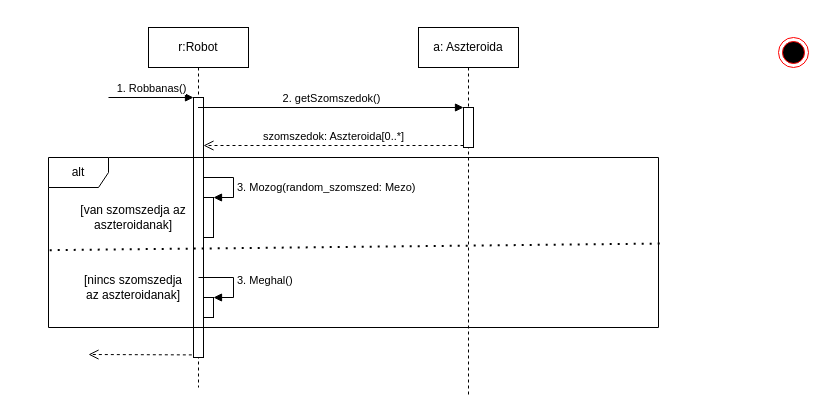
This is doc/uml/robot felrobban.drawio from torpeBoiGo/aszteroidabanyaszat, a draw.io file, before an edit. Source tidied: cells renumbered, new cells numbered last; positions are measured from the earlier drawing's top-left corner, leaving out a move shared by most shapes. Both pictures are drawn from the tidied source at 100%, with x=0, y=0 at pixel (48, 27).
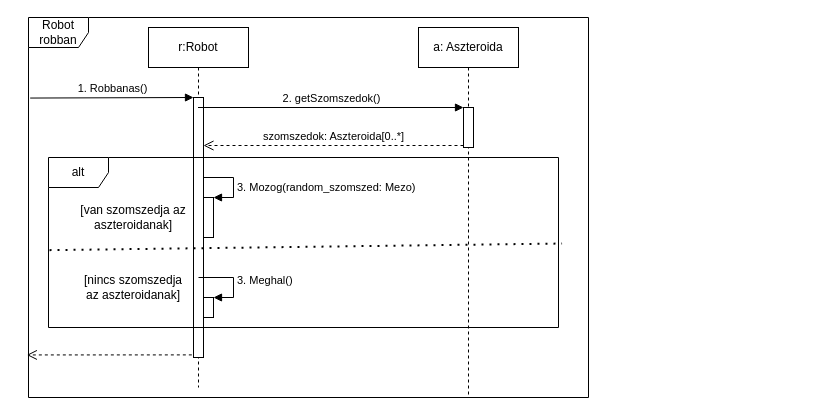
After the change.

Unchanged cells that the change refers to:
```xml
<mxCell id="2" value="r:Robot" style="shape=umlLifeline;perimeter=lifelinePerimeter;whiteSpace=wrap;html=1;outlineConnect=0;" parent="1" vertex="1">
  <mxGeometry x="100" width="100" height="360" as="geometry" />
</mxCell>
<mxCell id="3" style="html=1;points=[];perimeter=orthogonalPerimeter;" parent="2" vertex="1">
  <mxGeometry x="45" y="70" width="10" height="260" as="geometry" />
</mxCell>
```

What changed in the source:
```diff
@@
+    <mxCell id="19" value="Robot robban" style="shape=umlFrame;whiteSpace=wrap;html=1;" parent="1" vertex="1">
+      <mxGeometry x="-20" y="-10" width="560" height="380" as="geometry" />
+    </mxCell>
@@
-    <mxCell id="4" value="1. Robbanas()" style="html=1;verticalAlign=bottom;endArrow=block;entryX=0;entryY=0;" parent="2" edge="1" target="3">
-      <mxGeometry relative="1" as="geometry">
-        <mxPoint x="-40" y="70" as="sourcePoint" />
-      </mxGeometry>
-    </mxCell>
-    <mxCell id="5" style="html=1;verticalAlign=bottom;endArrow=open;dashed=1;endSize=8;exitX=-0.167;exitY=0.99;exitDx=0;exitDy=0;exitPerimeter=0;" parent="2" edge="1" source="3">
-      <mxGeometry x="0.19" y="-61" relative="1" as="geometry">
-        <mxPoint x="-60" y="327" as="targetPoint" />
-      </mxGeometry>
-    </mxCell>
@@
     <mxCell id="14" value="alt" style="shape=umlFrame;whiteSpace=wrap;html=1;" parent="1" vertex="1">
-      <mxGeometry y="130" width="610" height="170" as="geometry" />
+      <mxGeometry y="130" width="510" height="170" as="geometry" />
     </mxCell>
@@
-    <mxCell id="18" style="ellipse;html=1;shape=endState;fillColor=#000000;strokeColor=#ff0000;" parent="1" vertex="1">
-      <mxGeometry x="730" y="10" width="30" height="30" as="geometry" />
-    </mxCell>
+    <mxCell id="4" value="1. Robbanas()" style="html=1;verticalAlign=bottom;endArrow=block;entryX=0;entryY=0;exitX=0.003;exitY=0.212;exitDx=0;exitDy=0;exitPerimeter=0;" parent="1" edge="1" source="19" target="3">
+      <mxGeometry relative="1" as="geometry" />
+    </mxCell>
+    <mxCell id="5" style="html=1;verticalAlign=bottom;endArrow=open;dashed=1;endSize=8;exitX=-0.167;exitY=0.99;exitDx=0;exitDy=0;exitPerimeter=0;entryX=-0.003;entryY=0.888;entryDx=0;entryDy=0;entryPerimeter=0;" parent="1" edge="1" source="3" target="19">
+      <mxGeometry x="0.19" y="-61" relative="1" as="geometry" />
+    </mxCell>
```
